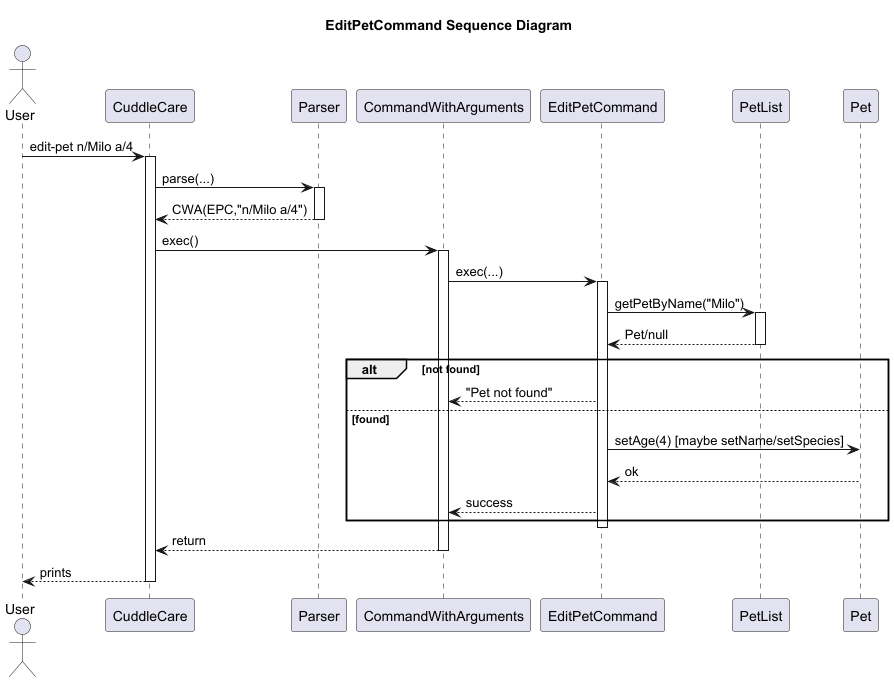
Before: docs/diagrams/EditPetCommand_Sequence_Diagram.png, a diagram exported from PlantUML (Kevin88866/tp). Its diagram source:
```plantuml
@startuml
title EditPetCommand Sequence Diagram
actor User
participant CuddleCare
participant Parser
participant CommandWithArguments as CWA
participant EditPetCommand as EPC
participant PetList
participant Pet

User -> CuddleCare : edit-pet n/Milo a/4
activate CuddleCare
CuddleCare -> Parser : parse(...)
activate Parser
Parser --> CuddleCare : CWA(EPC,"n/Milo a/4")
deactivate Parser

CuddleCare -> CWA : exec()
activate CWA
CWA -> EPC : exec(...)
activate EPC
EPC -> PetList : getPetByName("Milo")
activate PetList
PetList --> EPC : Pet/null
deactivate PetList

alt not found
  EPC --> CWA : "Pet not found"
else found
  EPC -> Pet : setAge(4) [maybe setName/setSpecies]
  Pet --> EPC : ok
  EPC --> CWA : success
end
deactivate EPC
CWA --> CuddleCare : return
deactivate CWA
CuddleCare --> User : prints
deactivate CuddleCare
@enduml
```
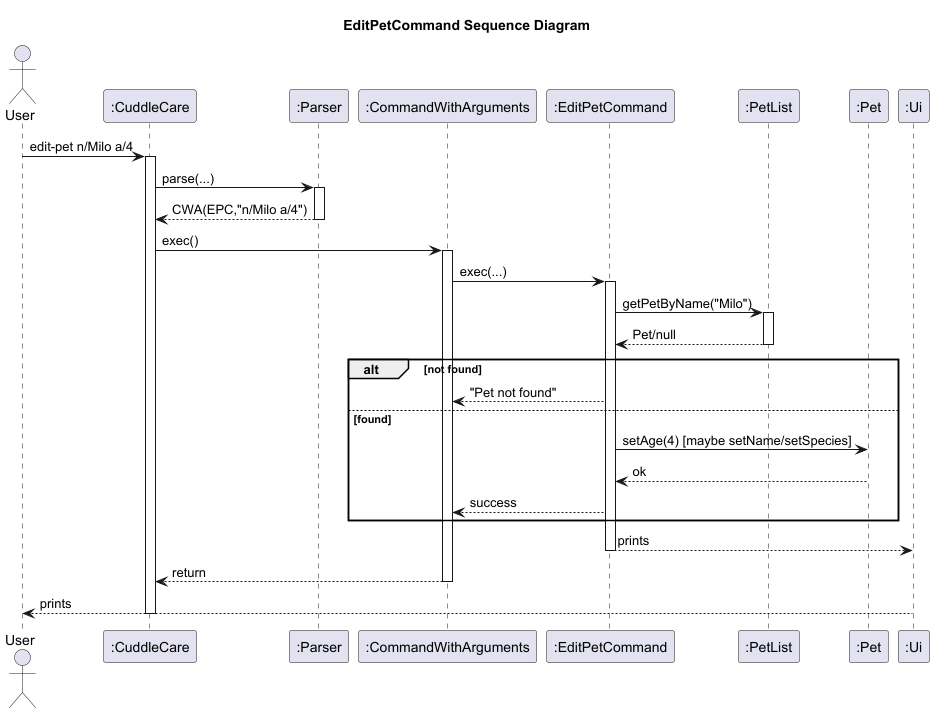
The same file after the commit.

The edit, as a diff of the source:
```diff
@@ -1,12 +1,13 @@
 @startuml
 title EditPetCommand Sequence Diagram
 actor User
-participant CuddleCare
-participant Parser
-participant CommandWithArguments as CWA
-participant EditPetCommand as EPC
-participant PetList
-participant Pet
+participant ":CuddleCare" as CuddleCare
+participant ":Parser" as Parser
+participant ":CommandWithArguments" as CWA
+participant ":EditPetCommand" as EPC
+participant ":PetList" as PetList
+participant ":Pet" as Pet
+participant ":Ui" as Ui
 
 User -> CuddleCare : edit-pet n/Milo a/4
 activate CuddleCare
@@ -31,9 +32,10 @@
   Pet --> EPC : ok
   EPC --> CWA : success
 end
+  EPC --> Ui : prints
 deactivate EPC
 CWA --> CuddleCare : return
 deactivate CWA
-CuddleCare --> User : prints
+Ui --> User : prints
 deactivate CuddleCare
 @enduml
```
